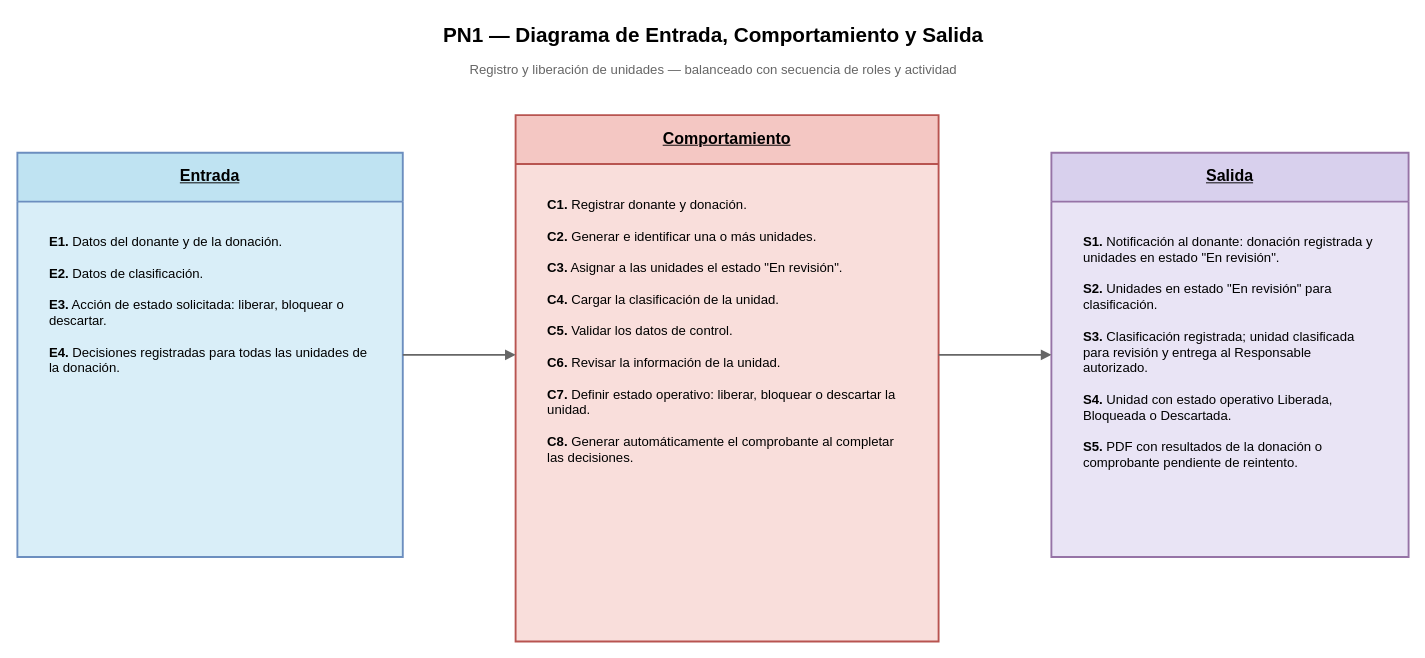
This is Diagramas/Secuencia de Roles/PN1_DiagramaEntradaComportamientoSalida.drawio from juanNH/Ingenieria-de-Software, a draw.io file, before an edit. Source tidied: cells renumbered, new cells numbered last; positions are measured from the earlier drawing's top-left corner, leaving out a move shared by most shapes. Both pictures are drawn from the tidied source at 94%, with x=0, y=0 at pixel (17, 16).
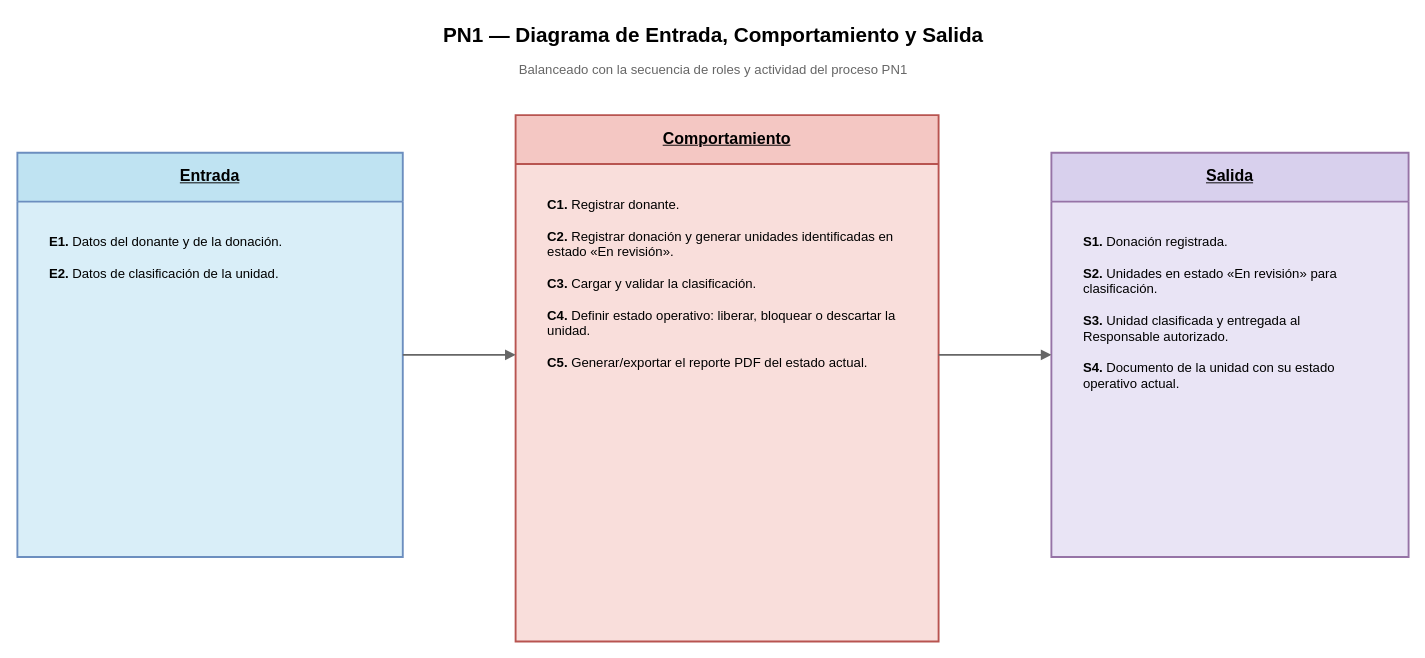
After the change.

The edit, as a diff of the source:
```diff
@@
 <mxGraphModel>
   <root>
     <mxCell id="0" />
     <mxCell id="1" parent="0" />
     <mxCell id="2" value="PN1 — Diagrama de Entrada, Comportamiento y Salida" style="text;html=1;strokeColor=none;fillColor=none;fontStyle=1;fontSize=22;align=center;verticalAlign=middle;fontFamily=Arial;" parent="1" vertex="1">
       <mxGeometry x="190" width="1100" height="42" as="geometry" />
     </mxCell>
-    <mxCell id="3" value="Registro y liberación de unidades — balanceado con secuencia de roles y actividad" style="text;html=1;strokeColor=none;fillColor=none;fontSize=14;align=center;verticalAlign=middle;fontColor=#666666;fontFamily=Arial;" parent="1" vertex="1">
+    <mxCell id="3" value="Balanceado con la secuencia de roles y actividad del proceso PN1" style="text;html=1;strokeColor=none;fillColor=none;fontSize=14;align=center;verticalAlign=middle;fontColor=#666666;fontFamily=Arial;" parent="1" vertex="1">
       <mxGeometry x="190" y="43" width="1100" height="28" as="geometry" />
     </mxCell>
     <mxCell id="4" value="&lt;b&gt;&lt;u&gt;Entrada&lt;/u&gt;&lt;/b&gt;" style="swimlane;horizontal=1;startSize=52;whiteSpace=wrap;html=1;rounded=0;fillColor=#bfe3f2;swimlaneFillColor=#d9eef8;strokeColor=#6c8ebf;strokeWidth=2;fontSize=17;fontFamily=Arial;align=center;verticalAlign=middle;" parent="1" vertex="1">
       <mxGeometry y="145" width="410" height="430" as="geometry" />
     </mxCell>
-    <mxCell id="5" value="&lt;b&gt;E1.&lt;/b&gt; Datos del donante y de la donación.&lt;br&gt;&lt;br&gt;&lt;b&gt;E2.&lt;/b&gt; Datos de clasificación.&lt;br&gt;&lt;br&gt;&lt;b&gt;E3.&lt;/b&gt; Acción de estado solicitada: liberar, bloquear o descartar.&lt;br&gt;&lt;br&gt;&lt;b&gt;E4.&lt;/b&gt; Decisiones registradas para todas las unidades de la donación." style="text;html=1;strokeColor=none;fillColor=none;whiteSpace=wrap;fontSize=14;fontFamily=Arial;align=left;verticalAlign=top;spacingLeft=12;spacingRight=12;spacingTop=10;" parent="1" vertex="1">
+    <mxCell id="5" value="&lt;b&gt;E1.&lt;/b&gt; Datos del donante y de la donación.&lt;br&gt;&lt;br&gt;&lt;b&gt;E2.&lt;/b&gt; Datos de clasificación de la unidad." style="text;html=1;strokeColor=none;fillColor=none;whiteSpace=wrap;fontSize=14;fontFamily=Arial;align=left;verticalAlign=top;spacingLeft=12;spacingRight=12;spacingTop=10;" parent="1" vertex="1">
       <mxGeometry x="20" y="215" width="370" height="335" as="geometry" />
     </mxCell>
     <mxCell id="6" value="&lt;b&gt;&lt;u&gt;Comportamiento&lt;/u&gt;&lt;/b&gt;" style="swimlane;horizontal=1;startSize=52;whiteSpace=wrap;html=1;rounded=0;fillColor=#f4c7c3;swimlaneFillColor=#f9dedb;strokeColor=#b85450;strokeWidth=2;fontSize=17;fontFamily=Arial;align=center;verticalAlign=middle;" parent="1" vertex="1">
       <mxGeometry x="530" y="105" width="450" height="560" as="geometry" />
     </mxCell>
-    <mxCell id="7" value="&lt;b&gt;C1.&lt;/b&gt; Registrar donante y donación.&lt;br&gt;&lt;br&gt;&lt;b&gt;C2.&lt;/b&gt; Generar e identificar una o más unidades.&lt;br&gt;&lt;br&gt;&lt;b&gt;C3.&lt;/b&gt; Asignar a las unidades el estado &amp;quot;En revisión&amp;quot;.&lt;br&gt;&lt;br&gt;&lt;b&gt;C4.&lt;/b&gt; Cargar la clasificación de la unidad.&lt;br&gt;&lt;br&gt;&lt;b&gt;C5.&lt;/b&gt; Validar los datos de control.&lt;br&gt;&lt;br&gt;&lt;b&gt;C6.&lt;/b&gt; Revisar la información de la unidad.&lt;br&gt;&lt;br&gt;&lt;b&gt;C7.&lt;/b&gt; Definir estado operativo: liberar, bloquear o descartar la unidad.&lt;br&gt;&lt;br&gt;&lt;b&gt;C8.&lt;/b&gt; Generar automáticamente el comprobante al completar las decisiones." style="text;html=1;strokeColor=none;fillColor=none;whiteSpace=wrap;fontSize=14;fontFamily=Arial;align=left;verticalAlign=top;spacingLeft=12;spacingRight=12;spacingTop=10;" parent="1" vertex="1">
+    <mxCell id="7" value="&lt;b&gt;C1.&lt;/b&gt; Registrar donante.&lt;br&gt;&lt;br&gt;&lt;b&gt;C2.&lt;/b&gt; Registrar donación y generar unidades identificadas en estado «En revisión».&lt;br&gt;&lt;br&gt;&lt;b&gt;C3.&lt;/b&gt; Cargar y validar la clasificación.&lt;br&gt;&lt;br&gt;&lt;b&gt;C4.&lt;/b&gt; Definir estado operativo: liberar, bloquear o descartar la unidad.&lt;br&gt;&lt;br&gt;&lt;b&gt;C5.&lt;/b&gt; Generar/exportar el reporte PDF del estado actual." style="text;html=1;strokeColor=none;fillColor=none;whiteSpace=wrap;fontSize=14;fontFamily=Arial;align=left;verticalAlign=top;spacingLeft=12;spacingRight=12;spacingTop=10;" parent="1" vertex="1">
       <mxGeometry x="550" y="175" width="410" height="490" as="geometry" />
     </mxCell>
     <mxCell id="8" value="&lt;b&gt;&lt;u&gt;Salida&lt;/u&gt;&lt;/b&gt;" style="swimlane;horizontal=1;startSize=52;whiteSpace=wrap;html=1;rounded=0;fillColor=#d8d0ed;swimlaneFillColor=#e9e4f5;strokeColor=#9673a6;strokeWidth=2;fontSize=17;fontFamily=Arial;align=center;verticalAlign=middle;" parent="1" vertex="1">
       <mxGeometry x="1100" y="145" width="380" height="430" as="geometry" />
     </mxCell>
-    <mxCell id="9" value="&lt;b&gt;S1.&lt;/b&gt; Notificación al donante: donación registrada y unidades en estado &amp;quot;En revisión&amp;quot;.&lt;br&gt;&lt;br&gt;&lt;b&gt;S2.&lt;/b&gt; Unidades en estado &amp;quot;En revisión&amp;quot; para clasificación.&lt;br&gt;&lt;br&gt;&lt;b&gt;S3.&lt;/b&gt; Clasificación registrada; unidad clasificada para revisión y entrega al Responsable autorizado.&lt;br&gt;&lt;br&gt;&lt;b&gt;S4.&lt;/b&gt; Unidad con estado operativo Liberada, Bloqueada o Descartada.&lt;br&gt;&lt;br&gt;&lt;b&gt;S5.&lt;/b&gt; PDF con resultados de la donación o comprobante pendiente de reintento." style="text;html=1;strokeColor=none;fillColor=none;whiteSpace=wrap;fontSize=14;fontFamily=Arial;align=left;verticalAlign=top;spacingLeft=12;spacingRight=12;spacingTop=10;" parent="1" vertex="1">
+    <mxCell id="9" value="&lt;b&gt;S1.&lt;/b&gt; Donación registrada.&lt;br&gt;&lt;br&gt;&lt;b&gt;S2.&lt;/b&gt; Unidades en estado «En revisión» para clasificación.&lt;br&gt;&lt;br&gt;&lt;b&gt;S3.&lt;/b&gt; Unidad clasificada y entregada al Responsable autorizado.&lt;br&gt;&lt;br&gt;&lt;b&gt;S4.&lt;/b&gt; Documento de la unidad con su estado operativo actual." style="text;html=1;strokeColor=none;fillColor=none;whiteSpace=wrap;fontSize=14;fontFamily=Arial;align=left;verticalAlign=top;spacingLeft=12;spacingRight=12;spacingTop=10;" parent="1" vertex="1">
       <mxGeometry x="1120" y="215" width="340" height="335" as="geometry" />
     </mxCell>
     <mxCell id="10" style="edgeStyle=orthogonalEdgeStyle;rounded=0;html=1;endArrow=block;endFill=1;strokeColor=#666666;strokeWidth=2;" parent="1" edge="1">
       <mxGeometry relative="1" as="geometry">
         <mxPoint x="410" y="360" as="sourcePoint" />
         <mxPoint x="530" y="360" as="targetPoint" />
       </mxGeometry>
     </mxCell>
     <mxCell id="11" style="edgeStyle=orthogonalEdgeStyle;rounded=0;html=1;endArrow=block;endFill=1;strokeColor=#666666;strokeWidth=2;" parent="1" edge="1">
       <mxGeometry relative="1" as="geometry">
         <mxPoint x="980" y="360" as="sourcePoint" />
         <mxPoint x="1100" y="360" as="targetPoint" />
       </mxGeometry>
     </mxCell>
   </root>
 </mxGraphModel>
```
